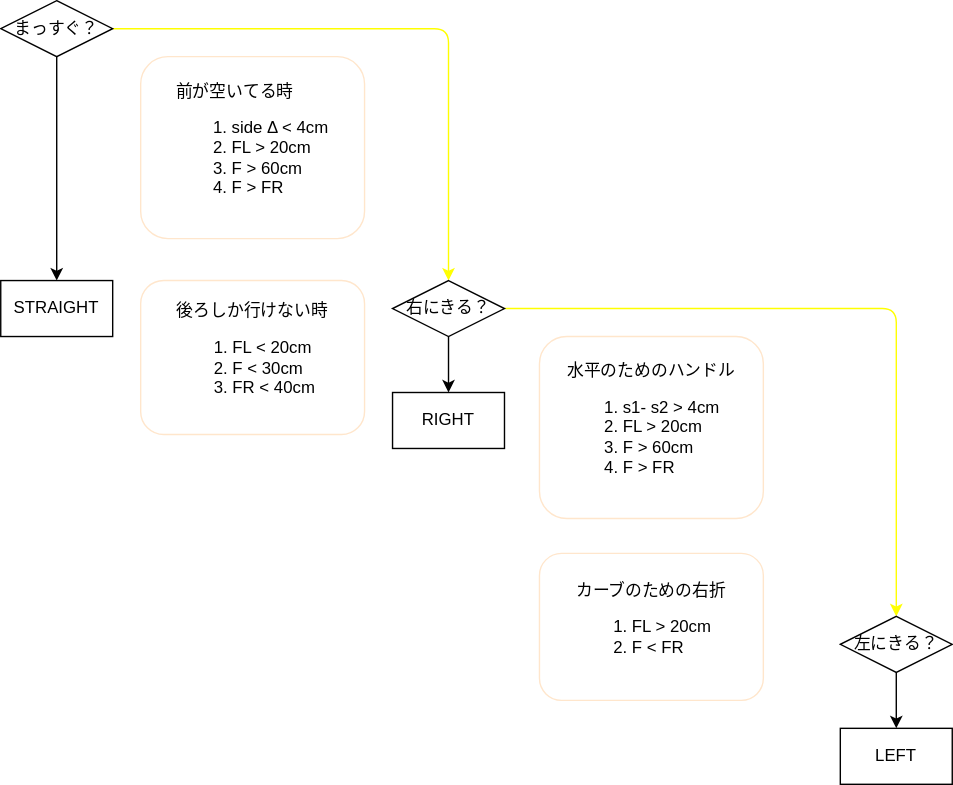
Before: toyota.drawio.svg, a diagram exported from draw.io (jizots/AI_minicar). Source tidied: cells renumbered, new cells last; positions are measured from the earlier drawing's top-left corner, leaving out a move shared by most shapes.
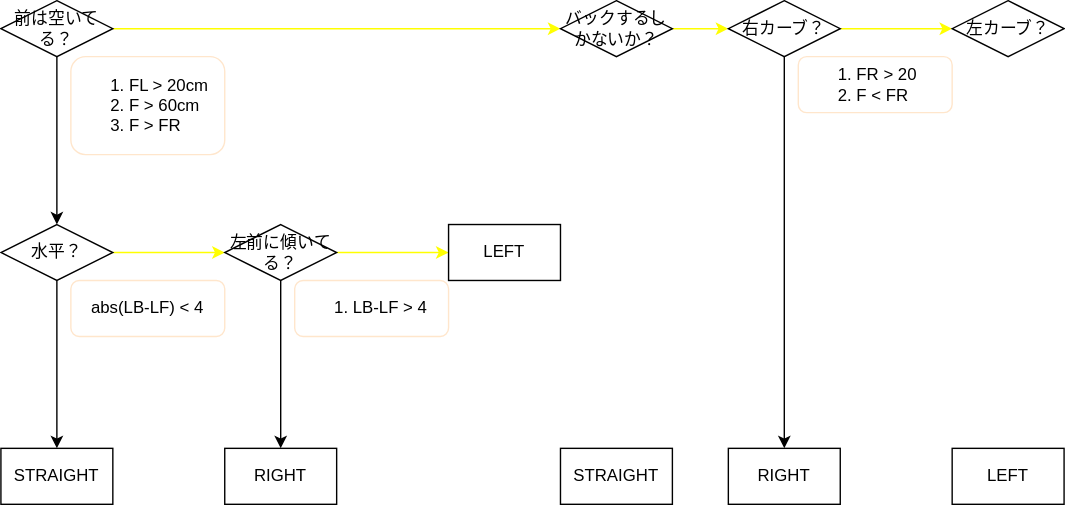
Above is the later version.

The edit, as a diff of the source:
```diff
@@ -2,58 +2,86 @@
   <root>
     <mxCell id="0" />
     <mxCell id="1" parent="0" />
-    <mxCell id="2" style="edgeStyle=none;html=1;entryX=0.5;entryY=0;entryDx=0;entryDy=0;exitX=1;exitY=0.5;exitDx=0;exitDy=0;strokeColor=#FFFF00;" parent="1" edge="1" source="4" target="7">
-      <mxGeometry relative="1" as="geometry">
-        <Array as="points">
-          <mxPoint x="320" y="20" />
-        </Array>
-      </mxGeometry>
+    <mxCell id="2" style="edgeStyle=none;html=1;entryX=0;entryY=0.5;entryDx=0;entryDy=0;exitX=1;exitY=0.5;exitDx=0;exitDy=0;strokeColor=#FFFF00;" parent="1" edge="1" source="4" target="7">
+      <mxGeometry relative="1" as="geometry" />
     </mxCell>
-    <mxCell id="3" style="edgeStyle=none;html=1;exitX=0.5;exitY=1;exitDx=0;exitDy=0;entryX=0.5;entryY=0;entryDx=0;entryDy=0;" parent="1" edge="1" source="4" target="10">
+    <mxCell id="3" style="edgeStyle=none;html=1;exitX=0.5;exitY=1;exitDx=0;exitDy=0;entryX=0.5;entryY=0;entryDx=0;entryDy=0;startArrow=none;" parent="1" edge="1" source="21" target="10">
       <mxGeometry relative="1" as="geometry" />
     </mxCell>
+    <mxCell id="17" style="edgeStyle=none;html=1;exitX=0.5;exitY=1;exitDx=0;exitDy=0;entryX=0.5;entryY=0;entryDx=0;entryDy=0;" parent="1" edge="1" source="4" target="21">
+      <mxGeometry relative="1" as="geometry" />
+    </mxCell>
-    <mxCell id="4" value="まっすぐ？" style="rhombus;whiteSpace=wrap;html=1;" parent="1" vertex="1">
+    <mxCell id="4" value="前は空いてる？" style="rhombus;whiteSpace=wrap;html=1;" parent="1" vertex="1">
       <mxGeometry width="80" height="40" as="geometry" />
     </mxCell>
+    <mxCell id="6" style="edgeStyle=none;html=1;exitX=0.5;exitY=1;exitDx=0;exitDy=0;entryX=0.5;entryY=0;entryDx=0;entryDy=0;" parent="1" edge="1" source="23" target="11">
+      <mxGeometry relative="1" as="geometry" />
+    </mxCell>
+    <mxCell id="18" style="edgeStyle=none;html=1;exitX=0.5;exitY=1;exitDx=0;exitDy=0;entryX=0.5;entryY=0;entryDx=0;entryDy=0;strokeColor=#FFFFFF;" parent="1" edge="1" source="7" target="27">
+      <mxGeometry relative="1" as="geometry" />
+    </mxCell>
-    <mxCell id="5" style="edgeStyle=none;html=1;entryX=0.5;entryY=0;entryDx=0;entryDy=0;exitX=1;exitY=0.5;exitDx=0;exitDy=0;strokeColor=#FFFF00;" parent="1" edge="1" source="7" target="9">
-      <mxGeometry relative="1" as="geometry">
-        <Array as="points">
-          <mxPoint x="640" y="220" />
-        </Array>
-      </mxGeometry>
+    <mxCell id="5" style="edgeStyle=none;html=1;strokeColor=#FFFF00;" parent="1" edge="1" source="7" target="9">
+      <mxGeometry relative="1" as="geometry" />
     </mxCell>
-    <mxCell id="6" style="edgeStyle=none;html=1;exitX=0.5;exitY=1;exitDx=0;exitDy=0;entryX=0.5;entryY=0;entryDx=0;entryDy=0;" parent="1" edge="1" source="7" target="11">
-      <mxGeometry relative="1" as="geometry" />
-    </mxCell>
-    <mxCell id="7" value="右にきる？" style="rhombus;whiteSpace=wrap;html=1;" parent="1" vertex="1">
-      <mxGeometry x="280" y="200" width="80" height="40" as="geometry" />
+    <mxCell id="7" value="バックするしかないか？" style="rhombus;whiteSpace=wrap;html=1;" parent="1" vertex="1">
+      <mxGeometry x="400" width="80" height="40" as="geometry" />
     </mxCell>
     <mxCell id="8" style="edgeStyle=none;html=1;exitX=0.5;exitY=1;exitDx=0;exitDy=0;entryX=0.5;entryY=0;entryDx=0;entryDy=0;" parent="1" edge="1" source="9" target="12">
       <mxGeometry relative="1" as="geometry" />
     </mxCell>
+    <mxCell id="19" style="edgeStyle=none;html=1;exitX=1;exitY=0.5;exitDx=0;exitDy=0;entryX=0;entryY=0.5;entryDx=0;entryDy=0;strokeColor=#FFFF00;" parent="1" edge="1" source="9" target="30">
+      <mxGeometry relative="1" as="geometry" />
+    </mxCell>
-    <mxCell id="9" value="左にきる？" style="rhombus;whiteSpace=wrap;html=1;" parent="1" vertex="1">
-      <mxGeometry x="600" y="440" width="80" height="40" as="geometry" />
+    <mxCell id="9" value="右カーブ？" style="rhombus;whiteSpace=wrap;html=1;" parent="1" vertex="1">
+      <mxGeometry x="520" width="80" height="40" as="geometry" />
     </mxCell>
     <mxCell id="10" value="STRAIGHT" style="whiteSpace=wrap;html=1;" parent="1" vertex="1">
-      <mxGeometry y="200" width="80" height="40" as="geometry" />
+      <mxGeometry y="320" width="80" height="40" as="geometry" />
     </mxCell>
     <mxCell id="11" value="RIGHT" style="whiteSpace=wrap;html=1;" parent="1" vertex="1">
-      <mxGeometry x="280" y="280" width="80" height="40" as="geometry" />
+      <mxGeometry x="160" y="320" width="80" height="40" as="geometry" />
     </mxCell>
-    <mxCell id="12" value="LEFT" style="whiteSpace=wrap;html=1;" parent="1" vertex="1">
-      <mxGeometry x="600" y="520" width="80" height="40" as="geometry" />
+    <mxCell id="12" value="RIGHT" style="whiteSpace=wrap;html=1;" parent="1" vertex="1">
+      <mxGeometry x="520" y="320" width="80" height="40" as="geometry" />
     </mxCell>
-    <mxCell id="13" value="&lt;div style=&quot;text-align: left;&quot;&gt;前が空いてる時&lt;/div&gt;&lt;ol style=&quot;text-align: left;&quot;&gt;&lt;li&gt;side Δ &amp;lt; 4cm&lt;/li&gt;&lt;li&gt;FL &amp;gt; 20cm&lt;/li&gt;&lt;li&gt;F &amp;gt; 60cm&lt;/li&gt;&lt;li&gt;F &amp;gt; FR&lt;/li&gt;&lt;/ol&gt;" style="rounded=1;whiteSpace=wrap;html=1;strokeColor=#FFE6CC;" parent="1" vertex="1">
-      <mxGeometry x="100" y="40" width="160" height="130" as="geometry" />
+    <mxCell id="13" value="&lt;ol style=&quot;&quot;&gt;&lt;li&gt;FL &amp;gt; 20cm&lt;/li&gt;&lt;li&gt;F &amp;gt; 60cm&lt;/li&gt;&lt;li&gt;F &amp;gt; FR&lt;/li&gt;&lt;/ol&gt;" style="rounded=1;whiteSpace=wrap;html=1;strokeColor=#FFE6CC;align=left;" parent="1" vertex="1">
+      <mxGeometry x="50" y="40" width="110" height="70" as="geometry" />
     </mxCell>
-    <mxCell id="14" value="&lt;div style=&quot;text-align: left;&quot;&gt;後ろしか行けない時&lt;/div&gt;&lt;ol style=&quot;text-align: left;&quot;&gt;&lt;li&gt;FL &amp;lt; 20cm&lt;/li&gt;&lt;li&gt;F &amp;lt; 30cm&lt;/li&gt;&lt;li&gt;FR &amp;lt; 40cm&lt;/li&gt;&lt;/ol&gt;" style="rounded=1;whiteSpace=wrap;html=1;strokeColor=#FFE6CC;" parent="1" vertex="1">
-      <mxGeometry x="100" y="200" width="160" height="110" as="geometry" />
-    </mxCell>
-    <mxCell id="15" value="&lt;div style=&quot;text-align: left;&quot;&gt;&lt;span style=&quot;color: rgba(0, 0, 0, 0); font-family: monospace; font-size: 0px;&quot;&gt;%3CmxGraphModel%3E%3Croot%3E%3CmxCell%20id%3D%220%22%2F%3E%3CmxCell%20id%3D%221%22%20parent%3D%220%22%2F%3E%3CmxCell%20id%3D%222%22%20value%3D%22%26lt%3Bdiv%20style%3D%26quot%3Btext-align%3A%20left%3B%26quot%3B%26gt%3B%E5%BE%8C%E3%82%8D%E3%81%97%E3%81%8B%E8%A1%8C%E3%81%91%E3%81%AA%E3%81%84%E6%99%82%26lt%3B%2Fdiv%26gt%3B%26lt%3Bol%20style%3D%26quot%3Btext-align%3A%20left%3B%26quot%3B%26gt%3B%26lt%3Bli%26gt%3BFront%20Left%20%26amp%3Blt%3B%2020cm%26lt%3B%2Fli%26gt%3B%26lt%3Bli%26gt%3BFront%20%26amp%3Blt%3B%2030cm%26lt%3B%2Fli%26gt%3B%26lt%3Bli%26gt%3BFront%20Right%20%26amp%3Blt%3B%2040cm%26lt%3B%2Fli%26gt%3B%26lt%3B%2Fol%26gt%3B%22%20style%3D%22rounded%3D1%3BwhiteSpace%3Dwrap%3Bhtml%3D1%3BstrokeColor%3D%23FFE6CC%3B%22%20vertex%3D%221%22%20parent%3D%221%22%3E%3CmxGeometry%20x%3D%22140%22%20y%3D%22240%22%20width%3D%22160%22%20height%3D%22130%22%20as%3D%22geometry%22%2F%3E%3C%2FmxCell%3E%3C%2Froot%3E%3C%2FmxGraphModel%3E&lt;/span&gt;&lt;span style=&quot;background-color: initial;&quot;&gt;水平のためのハンドル&lt;/span&gt;&lt;br&gt;&lt;/div&gt;&lt;ol style=&quot;text-align: left;&quot;&gt;&lt;li&gt;s1- s2 &amp;gt; 4cm&lt;/li&gt;&lt;li&gt;FL &amp;gt; 20cm&lt;/li&gt;&lt;li&gt;F &amp;gt; 60cm&lt;/li&gt;&lt;li&gt;F &amp;gt; FR&lt;/li&gt;&lt;/ol&gt;" style="rounded=1;whiteSpace=wrap;html=1;strokeColor=#FFE6CC;" parent="1" vertex="1">
-      <mxGeometry x="385" y="240" width="160" height="130" as="geometry" />
-    </mxCell>
-    <mxCell id="16" value="&lt;div style=&quot;text-align: left;&quot;&gt;&lt;span style=&quot;color: rgba(0, 0, 0, 0); font-family: monospace; font-size: 0px;&quot;&gt;%3CmxGraphModel%3E%3Croot%3E%3CmxCell%20id%3D%220%22%2F%3E%3CmxCell%20id%3D%221%22%20parent%3D%220%22%2F%3E%3CmxCell%20id%3D%222%22%20value%3D%22%26lt%3Bdiv%20style%3D%26quot%3Btext-align%3A%20left%3B%26quot%3B%26gt%3B%E5%BE%8C%E3%82%8D%E3%81%97%E3%81%8B%E8%A1%8C%E3%81%91%E3%81%AA%E3%81%84%E6%99%82%26lt%3B%2Fdiv%26gt%3B%26lt%3Bol%20style%3D%26quot%3Btext-align%3A%20left%3B%26quot%3B%26gt%3B%26lt%3Bli%26gt%3BFront%20Left%20%26amp%3Blt%3B%2020cm%26lt%3B%2Fli%26gt%3B%26lt%3Bli%26gt%3BFront%20%26amp%3Blt%3B%2030cm%26lt%3B%2Fli%26gt%3B%26lt%3Bli%26gt%3BFront%20Right%20%26amp%3Blt%3B%2040cm%26lt%3B%2Fli%26gt%3B%26lt%3B%2Fol%26gt%3B%22%20style%3D%22rounded%3D1%3BwhiteSpace%3Dwrap%3Bhtml%3D1%3BstrokeColor%3D%23FFE6CC%3B%22%20vertex%3D%221%22%20parent%3D%221%22%3E%3CmxGeometry%20x%3D%22140%22%20y%3D%22240%22%20width%3D%22160%22%20height%3D%22130%22%20as%3D%22geometry%22%2F%3E%3C%2FmxCell%3E%3C%2Froot%3E%3C%2FmxGraphModel%3Eカーブカーwf和えwfえw&lt;/span&gt;&lt;span style=&quot;background-color: initial;&quot;&gt;カーブのための右折&lt;/span&gt;&lt;/div&gt;&lt;ol style=&quot;text-align: left;&quot;&gt;&lt;li&gt;FL &amp;gt; 20cm&lt;/li&gt;&lt;li&gt;F &amp;lt; FR&lt;/li&gt;&lt;/ol&gt;" style="rounded=1;whiteSpace=wrap;html=1;strokeColor=#FFE6CC;" parent="1" vertex="1">
-      <mxGeometry x="385" y="395" width="160" height="105" as="geometry" />
-    </mxCell>
+    <mxCell id="20" style="edgeStyle=none;html=1;entryX=0;entryY=0.5;entryDx=0;entryDy=0;strokeColor=#FFFF00;" parent="1" edge="1" source="21" target="23">
+      <mxGeometry relative="1" as="geometry" />
+    </mxCell>
+    <mxCell id="21" value="水平？" style="rhombus;whiteSpace=wrap;html=1;" parent="1" vertex="1">
+      <mxGeometry y="160" width="80" height="40" as="geometry" />
+    </mxCell>
+    <mxCell id="22" style="edgeStyle=none;html=1;exitX=1;exitY=0.5;exitDx=0;exitDy=0;entryX=0;entryY=0.5;entryDx=0;entryDy=0;strokeColor=#FFFF00;" parent="1" edge="1" source="23" target="25">
+      <mxGeometry relative="1" as="geometry" />
+    </mxCell>
+    <mxCell id="23" value="左前に傾いてる？" style="rhombus;whiteSpace=wrap;html=1;" parent="1" vertex="1">
+      <mxGeometry x="160" y="160" width="80" height="40" as="geometry" />
+    </mxCell>
+    <mxCell id="24" value="&lt;div style=&quot;&quot;&gt;&lt;span style=&quot;background-color: initial;&quot;&gt;abs(LB-LF) &amp;lt; 4&lt;/span&gt;&lt;/div&gt;" style="rounded=1;whiteSpace=wrap;html=1;strokeColor=#FFE6CC;align=center;" parent="1" vertex="1">
+      <mxGeometry x="50" y="200" width="110" height="40" as="geometry" />
+    </mxCell>
+    <mxCell id="25" value="LEFT" style="whiteSpace=wrap;html=1;" parent="1" vertex="1">
+      <mxGeometry x="320" y="160" width="80" height="40" as="geometry" />
+    </mxCell>
+    <mxCell id="26" value="&lt;ol style=&quot;&quot;&gt;&lt;li&gt;LB-LF &amp;gt; 4&lt;/li&gt;&lt;/ol&gt;" style="rounded=1;whiteSpace=wrap;html=1;strokeColor=#FFE6CC;align=left;" parent="1" vertex="1">
+      <mxGeometry x="210" y="200" width="110" height="40" as="geometry" />
+    </mxCell>
+    <mxCell id="27" value="STRAIGHT" style="whiteSpace=wrap;html=1;" parent="1" vertex="1">
+      <mxGeometry x="400" y="320" width="80" height="40" as="geometry" />
+    </mxCell>
+    <mxCell id="28" value="&lt;ol style=&quot;&quot;&gt;&lt;li&gt;FR &amp;gt; 20&lt;/li&gt;&lt;li&gt;F &amp;lt; FR&lt;/li&gt;&lt;/ol&gt;" style="rounded=1;whiteSpace=wrap;html=1;strokeColor=#FFE6CC;align=left;" parent="1" vertex="1">
+      <mxGeometry x="570" y="40" width="110" height="40" as="geometry" />
+    </mxCell>
+    <mxCell id="29" style="edgeStyle=none;html=1;exitX=0.5;exitY=1;exitDx=0;exitDy=0;entryX=0.5;entryY=0;entryDx=0;entryDy=0;strokeColor=#FFFFFF;" parent="1" edge="1" source="30" target="31">
+      <mxGeometry relative="1" as="geometry" />
+    </mxCell>
+    <mxCell id="30" value="左カーブ？" style="rhombus;whiteSpace=wrap;html=1;" parent="1" vertex="1">
+      <mxGeometry x="680" width="80" height="40" as="geometry" />
+    </mxCell>
+    <mxCell id="31" value="LEFT" style="whiteSpace=wrap;html=1;" parent="1" vertex="1">
+      <mxGeometry x="680" y="320" width="80" height="40" as="geometry" />
+    </mxCell>
   </root>
 </mxGraphModel>
```
